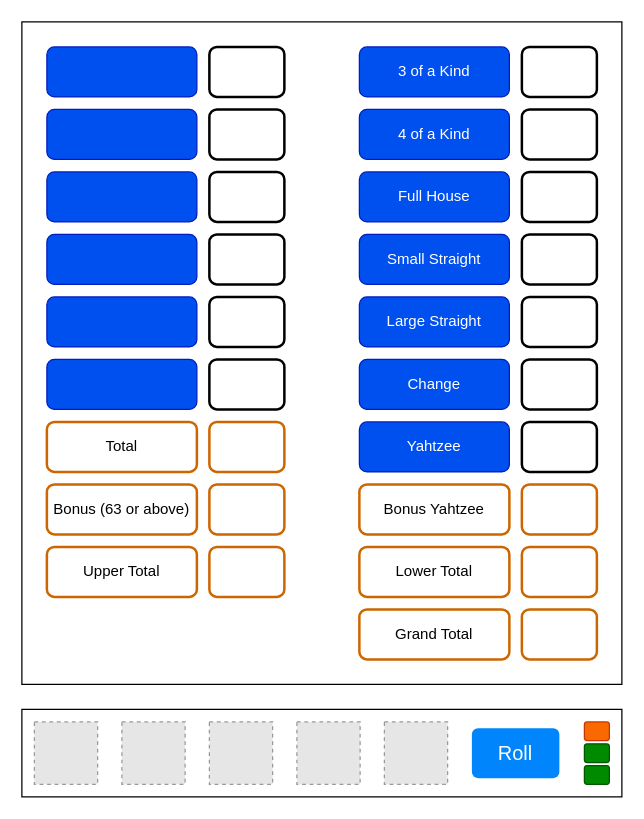
tandisunarto/Diagrams keeps this draw.io diagram as yahtzee.drawio. Above is the earlier version. Source tidied: cells renumbered, new cells numbered last; positions are measured from the earlier drawing's top-left corner, leaving out a move shared by most shapes. Both pictures are drawn from the tidied source at 125%, with x=0, y=0 at pixel (21, 21). Pictures stored in the file or linked from it are replaced by grey dashed boxes.
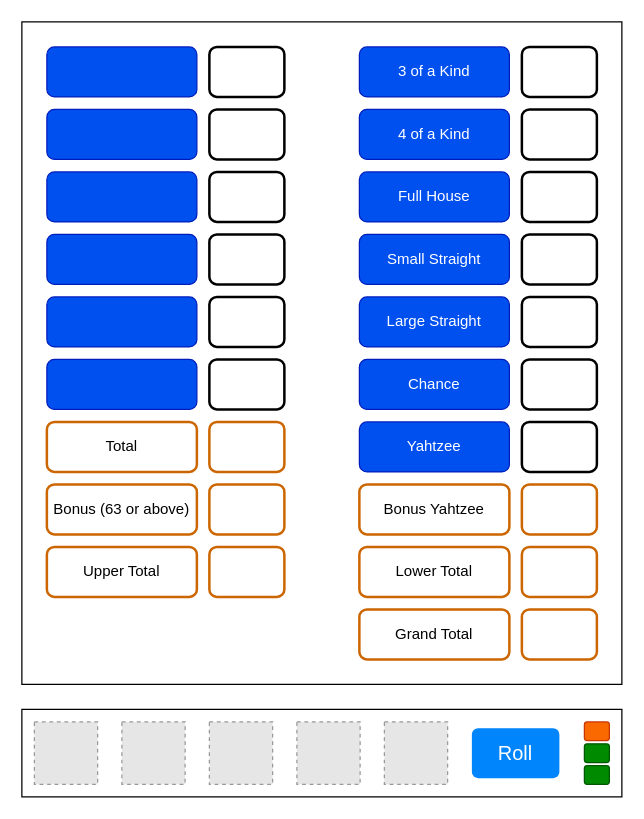
After the change.

Diff of the diagram source:
```diff
@@
-    <mxCell id="30" value="Change" style="rounded=1;whiteSpace=wrap;html=1;fillColor=#0050ef;fontColor=#ffffff;strokeColor=#001DBC;" parent="1" vertex="1">
+    <mxCell id="30" value="Chance" style="rounded=1;whiteSpace=wrap;html=1;fillColor=#0050ef;fontColor=#ffffff;strokeColor=#001DBC;" parent="1" vertex="1">
       <mxGeometry x="270" y="270" width="120" height="40" as="geometry" />
     </mxCell>
```
